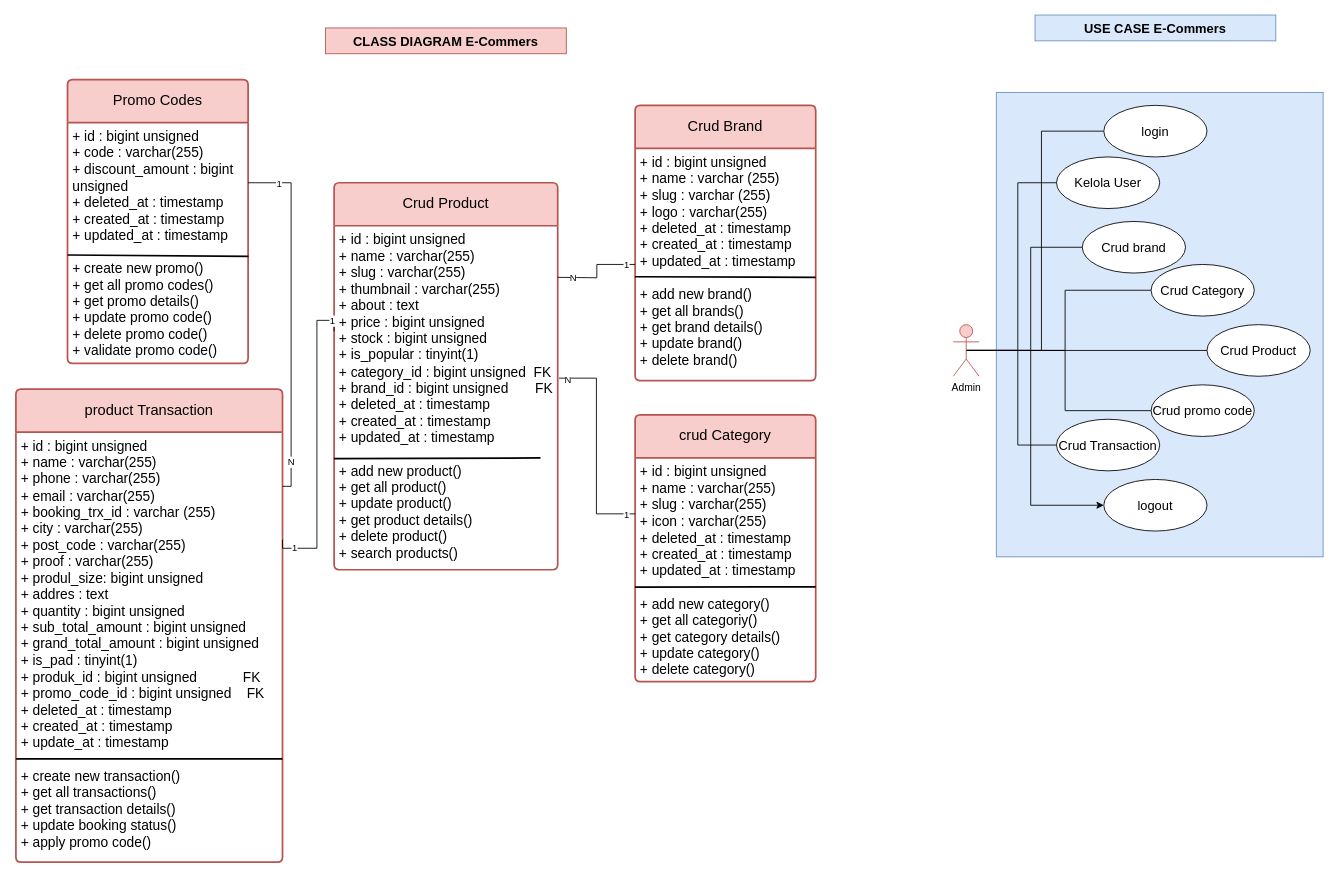
The draw.io diagram class & use case.drawio in TIADAMAYANTI/E-visitor, before the edit. Source tidied: cells renumbered, new cells numbered last; positions are measured from the earlier drawing's top-left corner, leaving out a move shared by most shapes. Both pictures are drawn from the tidied source at 86%, with x=0, y=0 at pixel (15, 15).
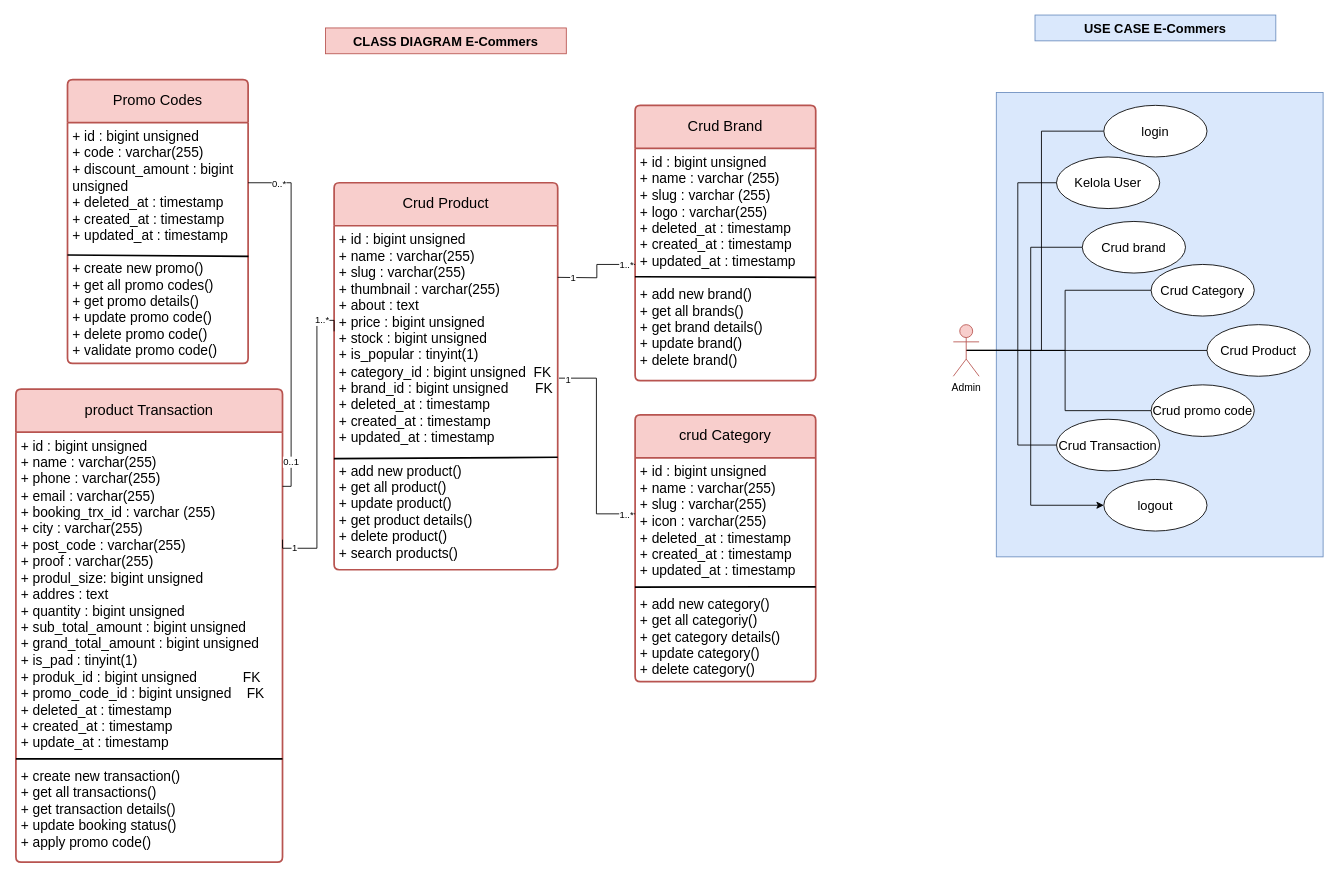
The same page after the edit.

Unchanged cells that the change refers to:
```xml
<mxCell id="10" value="&lt;span style=&quot;font-size: 17px;&quot;&gt;Crud Product&lt;/span&gt;" style="swimlane;horizontal=1;startSize=50;rounded=1;fontSize=14;fontStyle=0;strokeWidth=2;shadow=0;dashed=0;align=center;arcSize=4;whiteSpace=wrap;html=1;fillColor=#f8cecc;strokeColor=#b85450;" parent="1" vertex="1">
  <mxGeometry x="370" y="195" width="260" height="450" as="geometry" />
</mxCell>
<mxCell id="11" value="&lt;span style=&quot;font-size: 16px;&quot;&gt;+ id : bigint unsigned&lt;/span&gt;&lt;div&gt;&lt;span style=&quot;font-size: 16px;&quot;&gt;+ name : varchar(255)&lt;/span&gt;&lt;/div&gt;&lt;div&gt;&lt;span style=&quot;font-size: 16px;&quot;&gt;+ slug : varchar(255)&lt;/span&gt;&lt;/div&gt;&lt;div&gt;&lt;span style=&quot;font-size: 16px;&quot;&gt;+ thumbnail : varchar(255)&lt;/span&gt;&lt;/div&gt;&lt;div&gt;&lt;span style=&quot;font-size: 16px;&quot;&gt;+ about : text&lt;/span&gt;&lt;/div&gt;&lt;div&gt;&lt;span style=&quot;font-size: 16px;&quot;&gt;+ price : bigint unsigned&lt;/span&gt;&lt;/div&gt;&lt;div&gt;&lt;span style=&quot;font-size: 16px;&quot;&gt;+ stock :&amp;nbsp;&lt;/span&gt;&lt;span style=&quot;font-size: 16px; background-color: transparent; color: light-dark(rgb(0, 0, 0), rgb(255, 255, 255));&quot;&gt;bigint unsigned&amp;nbsp;&lt;/span&gt;&lt;/div&gt;&lt;div&gt;&lt;span style=&quot;font-size: 16px; background-color: transparent; color: light-dark(rgb(0, 0, 0), rgb(255, 255, 255));&quot;&gt;+ is_popular : tinyint(1)&lt;/span&gt;&lt;/div&gt;&lt;div&gt;&lt;span style=&quot;font-size: 16px; background-color: transparent; color: light-dark(rgb(0, 0, 0), rgb(255, 255, 255));&quot;&gt;+ category_id :&amp;nbsp;&lt;/span&gt;&lt;span style=&quot;font-size: 16px; background-color: transparent; color: light-dark(rgb(0, 0, 0), rgb(255, 255, 255));&quot;&gt;bigint unsigned&amp;nbsp; FK&lt;/span&gt;&lt;/div&gt;&lt;div&gt;&lt;span style=&quot;font-size: 16px; background-color: transparent; color: light-dark(rgb(0, 0, 0), rgb(255, 255, 255));&quot;&gt;+ brand_id :&amp;nbsp;&lt;/span&gt;&lt;span style=&quot;font-size: 16px; background-color: transparent; color: light-dark(rgb(0, 0, 0), rgb(255, 255, 255));&quot;&gt;bigint unsigned&amp;nbsp; &amp;nbsp; &amp;nbsp; &amp;nbsp;FK&lt;/span&gt;&lt;/div&gt;&lt;div&gt;&lt;div&gt;&lt;span style=&quot;font-size: 16px;&quot;&gt;+ deleted_at : timestamp&lt;/span&gt;&lt;/div&gt;&lt;div&gt;&lt;span style=&quot;font-size: 16px;&quot;&gt;+ created_at : timestamp&lt;/span&gt;&lt;/div&gt;&lt;div&gt;&lt;span style=&quot;font-size: 16px;&quot;&gt;+ updated_at : timestamp&lt;/span&gt;&lt;/div&gt;&lt;/div&gt;&lt;div&gt;&lt;span style=&quot;font-size: 16px;&quot;&gt;&lt;br&gt;&lt;/span&gt;&lt;/div&gt;&lt;div&gt;&lt;span style=&quot;font-size: 16px;&quot;&gt;+ add new product()&lt;/span&gt;&lt;/div&gt;&lt;div&gt;&lt;span style=&quot;font-size: 16px;&quot;&gt;+ get all product()&lt;/span&gt;&lt;/div&gt;&lt;div&gt;&lt;span style=&quot;font-size: 16px;&quot;&gt;+ update product()&lt;/span&gt;&lt;/div&gt;&lt;div&gt;&lt;span style=&quot;font-size: 16px;&quot;&gt;+ get product details()&lt;/span&gt;&lt;/div&gt;&lt;div&gt;&lt;span style=&quot;font-size: 16px;&quot;&gt;+ delete product()&lt;/span&gt;&lt;/div&gt;&lt;div&gt;&lt;span style=&quot;font-size: 16px;&quot;&gt;+ search products()&lt;/span&gt;&lt;/div&gt;&lt;div&gt;&lt;br&gt;&lt;/div&gt;&lt;div&gt;&lt;br&gt;&lt;/div&gt;" style="align=left;strokeColor=none;fillColor=none;spacingLeft=4;spacingRight=4;fontSize=12;verticalAlign=top;html=1;whiteSpace=wrap;" parent="10" vertex="1">
  <mxGeometry y="50" width="260" height="400" as="geometry" />
</mxCell>
<mxCell id="22" style="edgeStyle=orthogonalEdgeStyle;rounded=0;jettySize=auto;html=1;exitX=0;exitY=0.25;exitDx=0;exitDy=0;entryX=1.006;entryY=0.443;entryDx=0;entryDy=0;entryPerimeter=0;endArrow=none;endFill=0;" parent="1" edge="1" source="7" target="11">
  <mxGeometry relative="1" as="geometry" />
</mxCell>
<mxCell id="25" style="edgeStyle=orthogonalEdgeStyle;rounded=0;jettySize=auto;html=1;exitX=1;exitY=0.25;exitDx=0;exitDy=0;endArrow=none;endFill=0;entryX=0;entryY=0.307;entryDx=0;entryDy=0;entryPerimeter=0;" parent="1" edge="1" source="19" target="11">
  <mxGeometry relative="1" as="geometry">
    <Array as="points">
      <mxPoint x="350" y="620" />
      <mxPoint x="350" y="355" />
    </Array>
  </mxGeometry>
</mxCell>
<mxCell id="28" style="edgeStyle=orthogonalEdgeStyle;rounded=0;jettySize=auto;html=1;exitX=1;exitY=0.25;exitDx=0;exitDy=0;entryX=1;entryY=0.126;entryDx=0;entryDy=0;entryPerimeter=0;endArrow=none;endFill=0;" parent="1" edge="1" source="15" target="19">
  <mxGeometry relative="1" as="geometry">
    <Array as="points">
      <mxPoint x="320" y="195" />
      <mxPoint x="320" y="548" />
    </Array>
  </mxGeometry>
</mxCell>
<mxCell id="31" style="edgeStyle=orthogonalEdgeStyle;rounded=0;jettySize=auto;html=1;exitX=0;exitY=0.5;exitDx=0;exitDy=0;endArrow=none;endFill=0;" parent="1" edge="1" source="3">
  <mxGeometry relative="1" as="geometry">
    <mxPoint x="630" y="305" as="targetPoint" />
  </mxGeometry>
</mxCell>
```

The edit, as a diff of the source:
```diff
@@
-    <mxCell id="13" style="endArrow=none;html=1;rounded=0;endSize=6;strokeWidth=2;exitX=0.001;exitY=0.82;exitDx=0;exitDy=0;exitPerimeter=0;entryX=1.002;entryY=0.818;entryDx=0;entryDy=0;entryPerimeter=0;" parent="10" edge="1">
+    <mxCell id="13" style="endArrow=none;html=1;rounded=0;endSize=6;strokeWidth=2;exitX=0.001;exitY=0.82;exitDx=0;exitDy=0;exitPerimeter=0;entryX=1;entryY=0.673;entryDx=0;entryDy=0;entryPerimeter=0;" parent="10" edge="1" target="11">
       <mxGeometry relative="1" as="geometry">
         <mxPoint x="-0.2" y="320.7" as="sourcePoint" />
-        <mxPoint x="240" y="320" as="targetPoint" />
       </mxGeometry>
     </mxCell>
@@
-    <mxCell id="23" value="1" style="edgeLabel;html=1;align=center;verticalAlign=middle;" parent="22" vertex="1">
+    <mxCell id="23" value="1..*" style="edgeLabel;html=1;align=center;verticalAlign=middle;" parent="22" vertex="1">
       <mxGeometry x="-0.91" relative="1" as="geometry" />
     </mxCell>
-    <mxCell id="24" value="N" style="edgeLabel;html=1;align=center;verticalAlign=middle;" parent="22" vertex="1">
+    <mxCell id="24" value="1" style="edgeLabel;html=1;align=center;verticalAlign=middle;" parent="22" vertex="1">
       <mxGeometry x="0.92" y="1" relative="1" as="geometry" />
     </mxCell>
@@
-    <mxCell id="27" value="1" style="edgeLabel;html=1;align=center;verticalAlign=middle;" parent="25" vertex="1">
-      <mxGeometry x="0.91" relative="1" as="geometry" />
-    </mxCell>
+    <mxCell id="54" value="1..*" style="edgeLabel;html=1;align=center;verticalAlign=middle;" parent="25" vertex="1">
+      <mxGeometry x="0.84" y="1" relative="1" as="geometry" />
+    </mxCell>
@@
-    <mxCell id="29" value="1" style="edgeLabel;html=1;align=center;verticalAlign=middle;" parent="28" vertex="1">
+    <mxCell id="29" value="0..*" style="edgeLabel;html=1;align=center;verticalAlign=middle;" parent="28" vertex="1">
       <mxGeometry x="-0.83" relative="1" as="geometry" />
     </mxCell>
-    <mxCell id="30" value="N" style="edgeLabel;html=1;align=center;verticalAlign=middle;" parent="28" vertex="1">
+    <mxCell id="30" value="0..1" style="edgeLabel;html=1;align=center;verticalAlign=middle;" parent="28" vertex="1">
       <mxGeometry x="0.81" y="-1" relative="1" as="geometry" />
     </mxCell>
@@
-    <mxCell id="32" value="1" style="edgeLabel;html=1;align=center;verticalAlign=middle;" parent="31" vertex="1">
+    <mxCell id="32" value="1..*" style="edgeLabel;html=1;align=center;verticalAlign=middle;" parent="31" vertex="1">
       <mxGeometry x="-0.8" relative="1" as="geometry" />
     </mxCell>
-    <mxCell id="33" value="N" style="edgeLabel;html=1;align=center;verticalAlign=middle;" parent="31" vertex="1">
+    <mxCell id="33" value="1" style="edgeLabel;html=1;align=center;verticalAlign=middle;" parent="31" vertex="1">
       <mxGeometry x="0.66" relative="1" as="geometry" />
     </mxCell>
```
